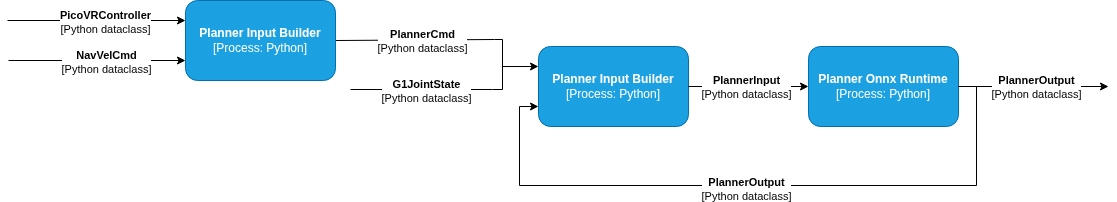
Earlier version of the draw.io export src/providers/gearsonic/planner/docs/planner_architecture.png (Safety-Node/kist-drl-g1-workstation). Source tidied: cells renumbered, new cells last; positions are measured from the earlier drawing's top-left corner, leaving out a move shared by most shapes. The source it was exported from:
```xml
<mxGraphModel>
  <root>
    <mxCell id="0" />
    <mxCell id="1" parent="0" />
    <mxCell id="2" style="endArrow=none;html=1;rounded=0;fontSize=12;startSize=8;endSize=8;edgeStyle=orthogonalEdgeStyle;" parent="1" edge="1">
      <mxGeometry relative="1" as="geometry">
        <mxPoint x="487" y="39" as="sourcePoint" />
        <mxPoint x="485" y="89" as="targetPoint" />
        <Array as="points">
          <mxPoint x="495" y="39" />
          <mxPoint x="495" y="89" />
        </Array>
      </mxGeometry>
    </mxCell>
    <mxCell id="3" style="endArrow=none;html=1;rounded=0;endFill=0;exitX=1;exitY=0.5;exitDx=0;exitDy=0;" parent="1" edge="1" source="16">
      <mxGeometry relative="1" as="geometry">
        <mxPoint x="487" y="39" as="targetPoint" />
      </mxGeometry>
    </mxCell>
    <mxCell id="4" value="&lt;b&gt;PlannerCmd&lt;/b&gt;&lt;br&gt;&lt;div&gt;[Python dataclass]&lt;/div&gt;" style="edgeLabel;html=1;align=center;verticalAlign=middle;" parent="3" vertex="1">
      <mxGeometry x="0.22" y="-3" relative="1" as="geometry">
        <mxPoint x="-11" y="-2" as="offset" />
      </mxGeometry>
    </mxCell>
    <mxCell id="5" value="&lt;b&gt;Planner Input Builder&lt;/b&gt;&lt;div&gt;&lt;span style=&quot;background-color: transparent; color: light-dark(rgb(255, 255, 255), rgb(18, 18, 18));&quot;&gt;[Process: Python]&lt;/span&gt;&lt;/div&gt;" style="rounded=1;whiteSpace=wrap;html=1;fillColor=#1ba1e2;fontColor=#ffffff;strokeColor=#006EAF;" parent="1" vertex="1">
      <mxGeometry x="531" y="46" width="150" height="80" as="geometry" />
    </mxCell>
    <mxCell id="6" style="endArrow=none;html=1;rounded=0;endFill=0;" parent="1" edge="1">
      <mxGeometry relative="1" as="geometry">
        <mxPoint x="343" y="89" as="sourcePoint" />
        <mxPoint x="485" y="89" as="targetPoint" />
      </mxGeometry>
    </mxCell>
    <mxCell id="7" value="&lt;b&gt;G1JointState&lt;/b&gt;&lt;br&gt;&lt;div&gt;[Python dataclass]&lt;/div&gt;" style="edgeLabel;html=1;align=center;verticalAlign=middle;" parent="6" vertex="1">
      <mxGeometry x="0.22" y="-3" relative="1" as="geometry">
        <mxPoint x="-11" y="-2" as="offset" />
      </mxGeometry>
    </mxCell>
    <mxCell id="8" style="endArrow=classic;html=1;rounded=0;entryX=0;entryY=0.25;entryDx=0;entryDy=0;startSize=6;endSize=6;" parent="1" edge="1" target="5">
      <mxGeometry relative="1" as="geometry">
        <mxPoint x="495" y="66" as="sourcePoint" />
      </mxGeometry>
    </mxCell>
    <mxCell id="9" style="endArrow=classic;html=1;rounded=0;exitX=1;exitY=0.5;exitDx=0;exitDy=0;entryX=0;entryY=0.5;entryDx=0;entryDy=0;" parent="1" edge="1" source="5" target="11">
      <mxGeometry relative="1" as="geometry" />
    </mxCell>
    <mxCell id="10" value="&lt;b&gt;PlannerInput&lt;/b&gt;&lt;br&gt;&lt;div&gt;[Python dataclass]&lt;/div&gt;" style="edgeLabel;html=1;align=center;verticalAlign=middle;" parent="9" vertex="1">
      <mxGeometry x="-0.14" relative="1" as="geometry">
        <mxPoint x="6" as="offset" />
      </mxGeometry>
    </mxCell>
    <mxCell id="11" value="&lt;b&gt;Planner Onnx Runtime&lt;/b&gt;&lt;div&gt;&lt;span style=&quot;background-color: transparent; color: light-dark(rgb(255, 255, 255), rgb(18, 18, 18));&quot;&gt;[Process: Python]&lt;/span&gt;&lt;/div&gt;" style="rounded=1;whiteSpace=wrap;html=1;fillColor=#1ba1e2;fontColor=#ffffff;strokeColor=#006EAF;" parent="1" vertex="1">
      <mxGeometry x="801" y="46" width="150" height="80" as="geometry" />
    </mxCell>
    <mxCell id="12" style="endArrow=classic;html=1;rounded=0;edgeStyle=orthogonalEdgeStyle;exitX=1;exitY=0.5;exitDx=0;exitDy=0;entryX=0;entryY=0.75;entryDx=0;entryDy=0;" parent="1" edge="1" source="11" target="5">
      <mxGeometry relative="1" as="geometry">
        <Array as="points">
          <mxPoint x="969" y="86" />
          <mxPoint x="969" y="185" />
          <mxPoint x="512" y="185" />
          <mxPoint x="512" y="106" />
        </Array>
      </mxGeometry>
    </mxCell>
    <mxCell id="13" value="&lt;b&gt;PlannerOutput&lt;/b&gt;&lt;div&gt;[Python dataclass]&lt;/div&gt;" style="edgeLabel;html=1;align=center;verticalAlign=middle;" parent="12" vertex="1">
      <mxGeometry x="0.03" y="3" relative="1" as="geometry" />
    </mxCell>
    <mxCell id="14" style="endArrow=classic;html=1;rounded=0;exitX=1;exitY=0.5;exitDx=0;exitDy=0;" parent="1" edge="1" source="11">
      <mxGeometry relative="1" as="geometry">
        <mxPoint x="1101" y="86" as="targetPoint" />
      </mxGeometry>
    </mxCell>
    <mxCell id="15" value="&lt;b&gt;PlannerOutput&lt;/b&gt;&lt;div&gt;[Python dataclass]&lt;/div&gt;" style="edgeLabel;html=1;align=center;verticalAlign=middle;" parent="14" vertex="1">
      <mxGeometry x="-0.23" y="-1" relative="1" as="geometry">
        <mxPoint x="19" y="-1" as="offset" />
      </mxGeometry>
    </mxCell>
    <mxCell id="16" value="&lt;b&gt;Planner Input Builder&lt;/b&gt;&lt;div&gt;&lt;span style=&quot;background-color: transparent; color: light-dark(rgb(255, 255, 255), rgb(18, 18, 18));&quot;&gt;[Process: Python]&lt;/span&gt;&lt;/div&gt;" style="rounded=1;whiteSpace=wrap;html=1;fillColor=#1ba1e2;fontColor=#ffffff;strokeColor=#006EAF;" parent="1" vertex="1">
      <mxGeometry x="178" width="150" height="80" as="geometry" />
    </mxCell>
    <mxCell id="17" style="endArrow=classic;html=1;rounded=0;endFill=1;entryX=0;entryY=0.25;entryDx=0;entryDy=0;" parent="1" edge="1" target="16">
      <mxGeometry relative="1" as="geometry">
        <mxPoint y="20" as="sourcePoint" />
      </mxGeometry>
    </mxCell>
    <mxCell id="18" value="&lt;b&gt;PicoVRController&lt;/b&gt;&lt;br&gt;&lt;div&gt;[Python dataclass]&lt;/div&gt;" style="edgeLabel;html=1;align=center;verticalAlign=middle;" parent="17" vertex="1">
      <mxGeometry x="0.22" y="-3" relative="1" as="geometry">
        <mxPoint x="-11" y="-2" as="offset" />
      </mxGeometry>
    </mxCell>
    <mxCell id="19" style="endArrow=classic;html=1;rounded=0;endFill=1;entryX=0;entryY=0.75;entryDx=0;entryDy=0;" parent="1" edge="1" target="16">
      <mxGeometry relative="1" as="geometry">
        <mxPoint x="1" y="60" as="sourcePoint" />
      </mxGeometry>
    </mxCell>
    <mxCell id="20" value="&lt;div&gt;&lt;b&gt;NavVelCmd&lt;/b&gt;&lt;/div&gt;&lt;div&gt;[Python dataclass]&lt;/div&gt;" style="edgeLabel;html=1;align=center;verticalAlign=middle;" parent="19" vertex="1">
      <mxGeometry x="0.22" y="-3" relative="1" as="geometry">
        <mxPoint x="-11" y="-2" as="offset" />
      </mxGeometry>
    </mxCell>
  </root>
</mxGraphModel>
```
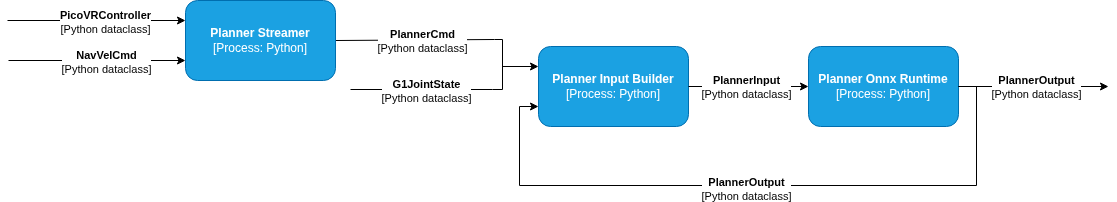
Later version of the same file.

Commit message:
docs: add planner architecture diagram

Change to the diagram source:
```diff
@@ -75,7 +75,7 @@
         <mxPoint x="19" y="-1" as="offset" />
       </mxGeometry>
     </mxCell>
-    <mxCell id="16" value="&lt;b&gt;Planner Input Builder&lt;/b&gt;&lt;div&gt;&lt;span style=&quot;background-color: transparent; color: light-dark(rgb(255, 255, 255), rgb(18, 18, 18));&quot;&gt;[Process: Python]&lt;/span&gt;&lt;/div&gt;" style="rounded=1;whiteSpace=wrap;html=1;fillColor=#1ba1e2;fontColor=#ffffff;strokeColor=#006EAF;" parent="1" vertex="1">
+    <mxCell id="16" value="&lt;b&gt;Planner Streamer&lt;/b&gt;&lt;div&gt;&lt;span style=&quot;background-color: transparent; color: light-dark(rgb(255, 255, 255), rgb(18, 18, 18));&quot;&gt;[Process: Python]&lt;/span&gt;&lt;/div&gt;" style="rounded=1;whiteSpace=wrap;html=1;fillColor=#1ba1e2;fontColor=#ffffff;strokeColor=#006EAF;" parent="1" vertex="1">
       <mxGeometry x="178" width="150" height="80" as="geometry" />
     </mxCell>
     <mxCell id="17" style="endArrow=classic;html=1;rounded=0;endFill=1;entryX=0;entryY=0.25;entryDx=0;entryDy=0;" parent="1" edge="1" target="16">
```
